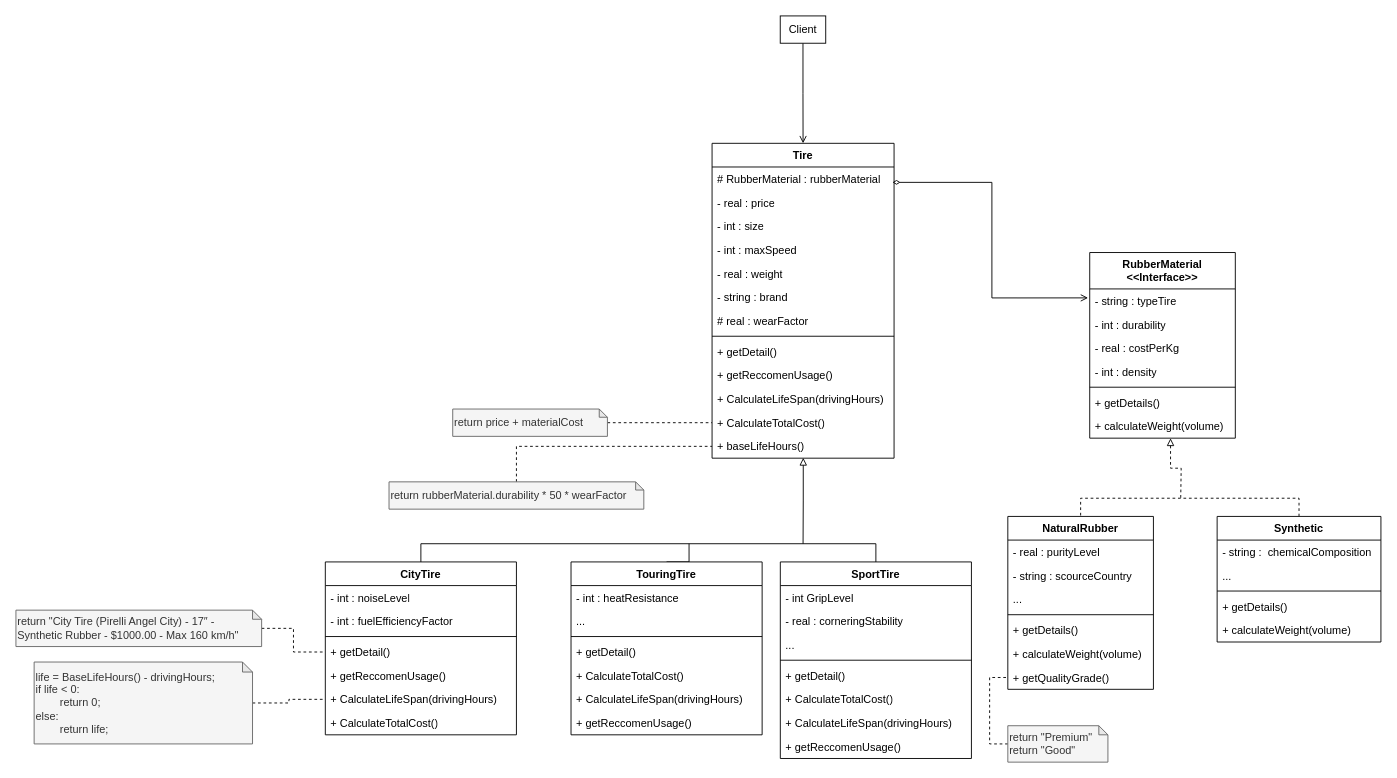
3chammmpppthichanon/University keeps this draw.io diagram as page "ฺBridge" (1 of 2) of COS4311/Diagram.drawio. Above is the earlier version. Source tidied: cells renumbered, new cells numbered last; positions are measured from the earlier drawing's top-left corner, leaving out a move shared by most shapes. Both pictures are drawn from the tidied source at 91%, with x=0, y=0 at pixel (15, 15).
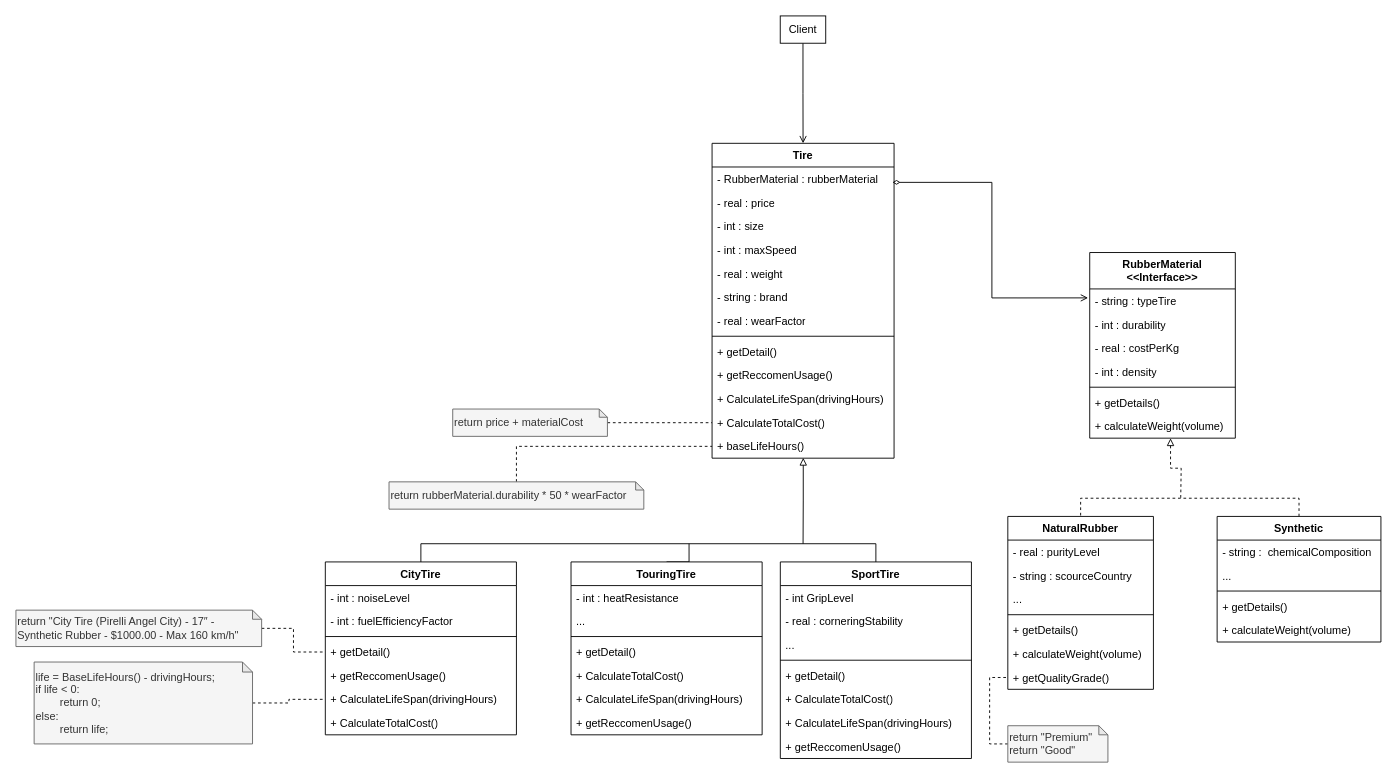
The same diagram, later.

The change refers to these unchanged cells:
```xml
<mxCell id="12" value="Tire" style="swimlane;fontStyle=1;align=center;verticalAlign=top;horizontal=1;startSize=26;whiteSpace=wrap;html=1;" parent="1" vertex="1">
  <mxGeometry x="765" y="140" width="200" height="346" as="geometry" />
</mxCell>
```

Change to the diagram source:
```diff
@@
-    <mxCell id="13" value="# RubberMaterial : rubberMaterial" style="text;strokeColor=none;fillColor=none;align=left;verticalAlign=top;spacingLeft=4;spacingRight=4;overflow=hidden;whiteSpace=wrap;html=1;" parent="12" vertex="1">
+    <mxCell id="13" value="- RubberMaterial : rubberMaterial" style="text;strokeColor=none;fillColor=none;align=left;verticalAlign=top;spacingLeft=4;spacingRight=4;overflow=hidden;whiteSpace=wrap;html=1;" parent="12" vertex="1">
       <mxGeometry y="26" width="200" height="26" as="geometry" />
     </mxCell>
@@
-    <mxCell id="19" value="# real : wearFactor" style="text;strokeColor=none;fillColor=none;align=left;verticalAlign=top;spacingLeft=4;spacingRight=4;overflow=hidden;whiteSpace=wrap;html=1;" parent="12" vertex="1">
+    <mxCell id="19" value="- real : wearFactor" style="text;strokeColor=none;fillColor=none;align=left;verticalAlign=top;spacingLeft=4;spacingRight=4;overflow=hidden;whiteSpace=wrap;html=1;" parent="12" vertex="1">
       <mxGeometry y="182" width="200" height="26" as="geometry" />
     </mxCell>
```
